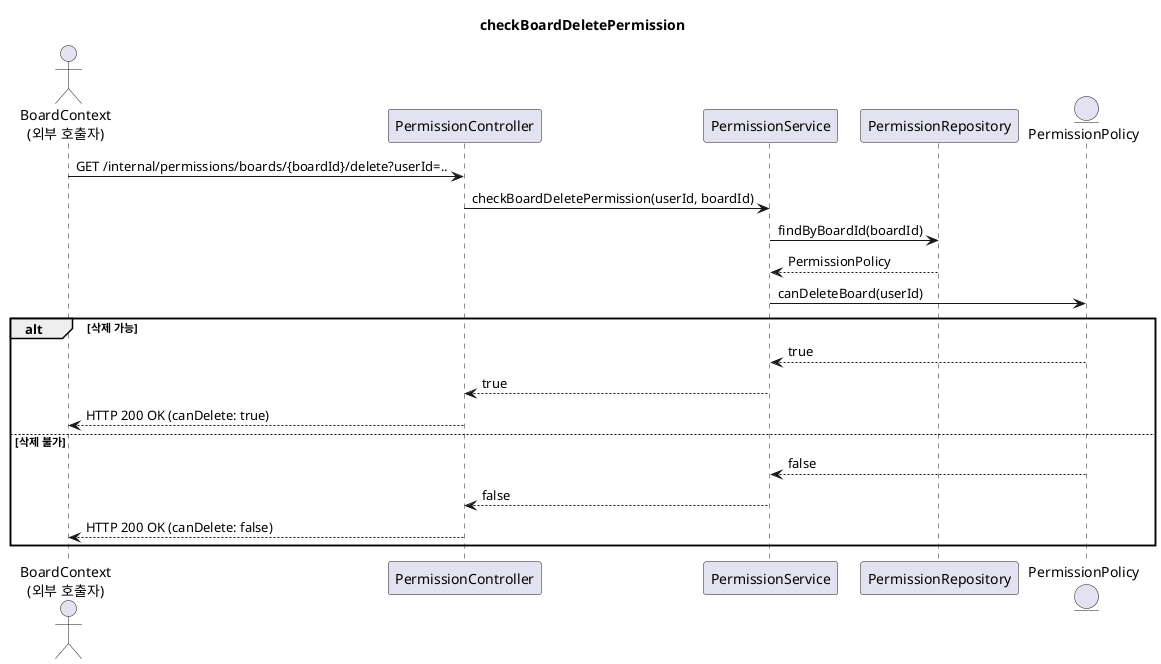
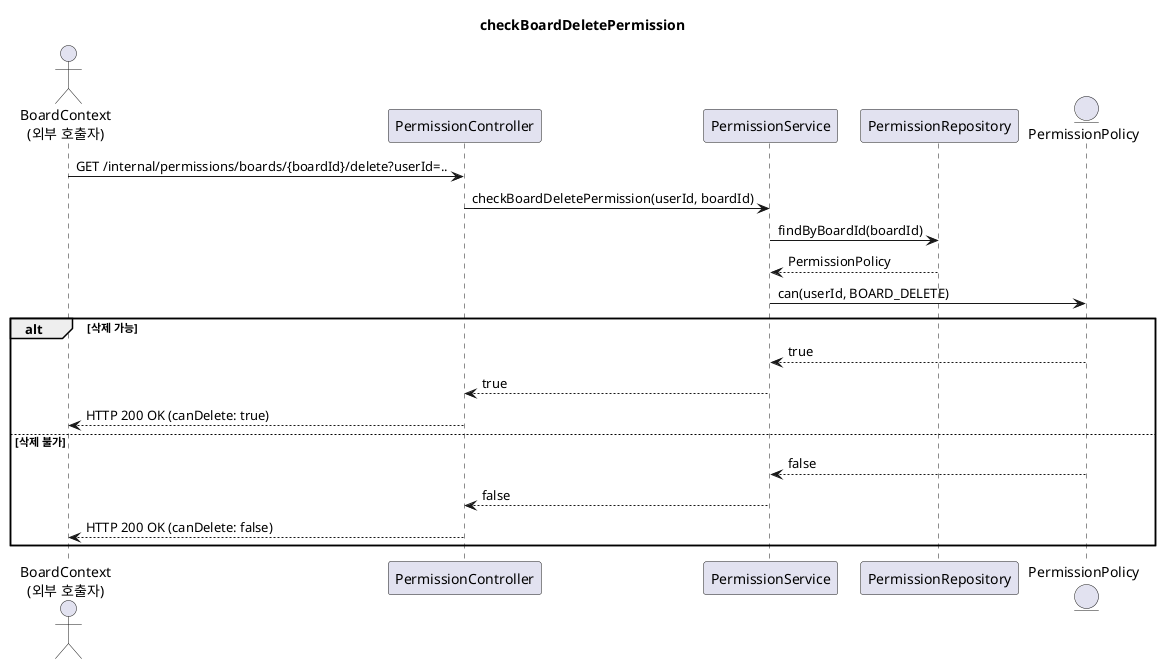
@startuml
title checkBoardDeletePermission

actor BoardContext as "BoardContext\n(외부 호출자)"
participant PermissionController
participant PermissionService
participant PermissionRepository
entity PermissionPolicy

BoardContext -> PermissionController : GET /internal/permissions/boards/{boardId}/delete?userId=..
PermissionController -> PermissionService : checkBoardDeletePermission(userId, boardId)

PermissionService -> PermissionRepository : findByBoardId(boardId)
PermissionRepository --> PermissionService : PermissionPolicy

- PermissionService -> PermissionPolicy : canDeleteBoard(userId)
+ PermissionService -> PermissionPolicy : can(userId, BOARD_DELETE)
+ 

alt 삭제 가능
  PermissionPolicy --> PermissionService : true
  PermissionService --> PermissionController : true
  PermissionController --> BoardContext : HTTP 200 OK (canDelete: true)
else 삭제 불가
  PermissionPolicy --> PermissionService : false
  PermissionService --> PermissionController : false
  PermissionController --> BoardContext : HTTP 200 OK (canDelete: false)
end
@enduml